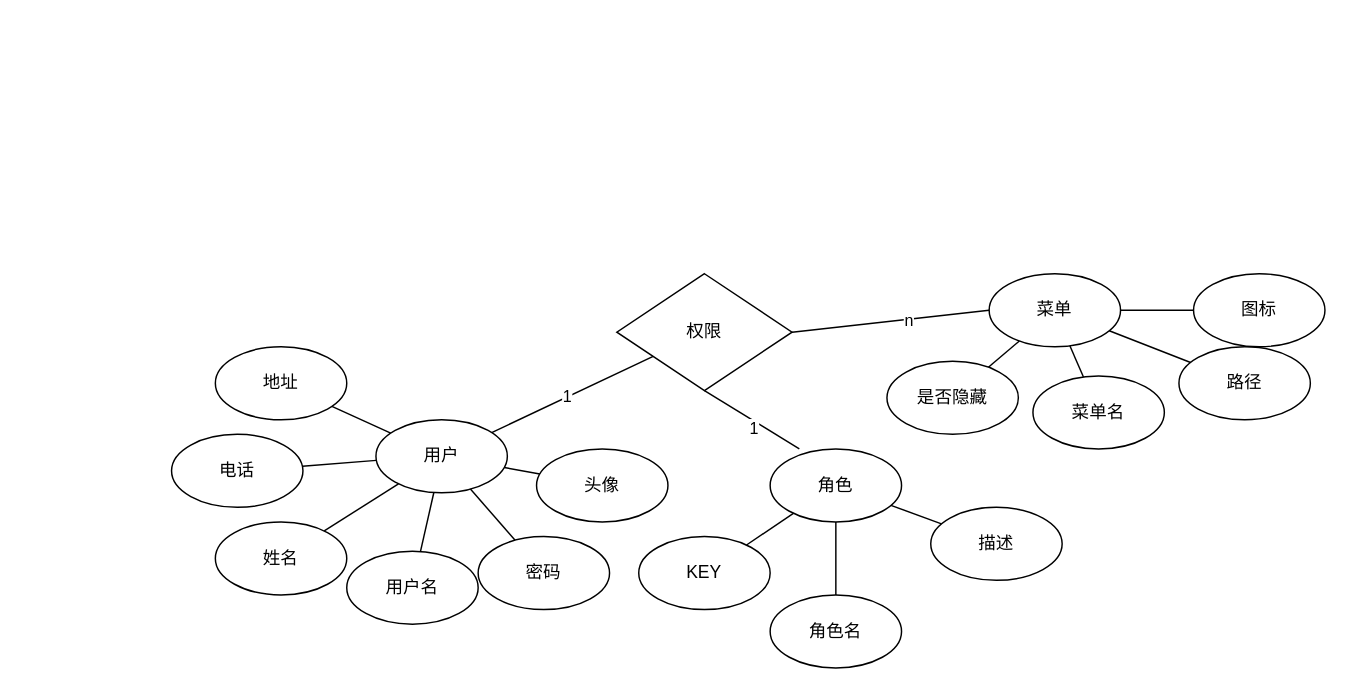
This is SPARK/music-ER.drawio from redcomet88/DRAW, a draw.io file, before an edit. Source tidied: cells renumbered, new cells numbered last; positions are measured from the earlier drawing's top-left corner, leaving out a move shared by most shapes. Both pictures are drawn from the tidied source at 146%, with x=0, y=0 at pixel (171, 273).
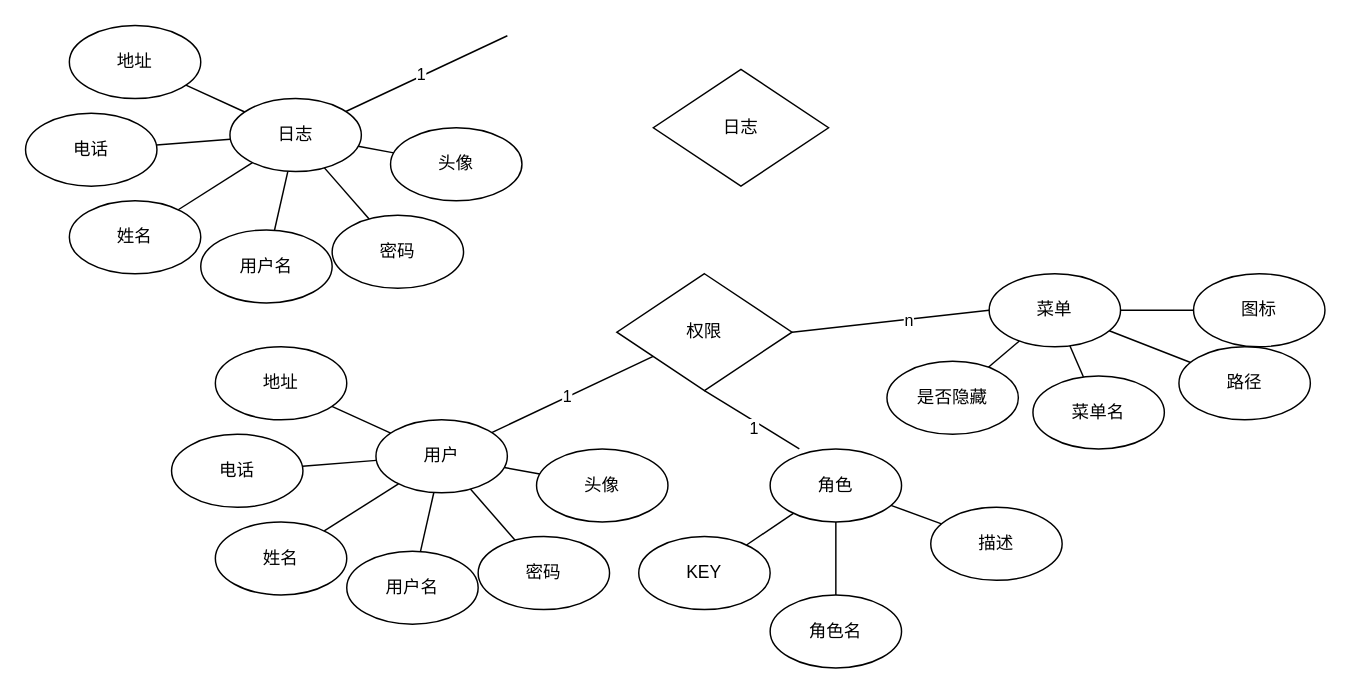
The same page after the edit.

What changed in the source:
```diff
@@
+    <mxCell id="38" style="rounded=0;jettySize=auto;html=1;endArrow=none;endFill=0;" parent="1" edge="1" source="41" target="42">
+      <mxGeometry relative="1" as="geometry" />
+    </mxCell>
+    <mxCell id="39" style="rounded=0;jettySize=auto;html=1;endArrow=none;endFill=0;" parent="1" edge="1" source="41">
+      <mxGeometry relative="1" as="geometry">
+        <mxPoint x="230" y="-163" as="targetPoint" />
+      </mxGeometry>
+    </mxCell>
+    <mxCell id="40" value="1" style="edgeLabel;html=1;align=center;verticalAlign=middle;" parent="39" vertex="1">
+      <mxGeometry x="-0.06" y="1" relative="1" as="geometry" />
+    </mxCell>
+    <mxCell id="41" value="日志" style="ellipse;whiteSpace=wrap;html=1;" parent="1" vertex="1">
+      <mxGeometry x="40" y="-120" width="90" height="50" as="geometry" />
+    </mxCell>
+    <mxCell id="42" value="姓名" style="ellipse;whiteSpace=wrap;html=1;" parent="1" vertex="1">
+      <mxGeometry x="-70" y="-50" width="90" height="50" as="geometry" />
+    </mxCell>
+    <mxCell id="43" style="rounded=0;jettySize=auto;html=1;endArrow=none;endFill=0;" parent="1" edge="1" source="41" target="44">
+      <mxGeometry relative="1" as="geometry" />
+    </mxCell>
+    <mxCell id="44" value="用户名" style="ellipse;whiteSpace=wrap;html=1;" parent="1" vertex="1">
+      <mxGeometry x="20" y="-30" width="90" height="50" as="geometry" />
+    </mxCell>
+    <mxCell id="45" style="rounded=0;jettySize=auto;html=1;endArrow=none;endFill=0;" parent="1" edge="1" source="41" target="46">
+      <mxGeometry relative="1" as="geometry" />
+    </mxCell>
+    <mxCell id="46" value="电话" style="ellipse;whiteSpace=wrap;html=1;" parent="1" vertex="1">
+      <mxGeometry x="-100" y="-110" width="90" height="50" as="geometry" />
+    </mxCell>
+    <mxCell id="47" style="rounded=0;jettySize=auto;html=1;endArrow=none;endFill=0;" parent="1" edge="1" source="41" target="48">
+      <mxGeometry relative="1" as="geometry" />
+    </mxCell>
+    <mxCell id="48" value="密码" style="ellipse;whiteSpace=wrap;html=1;" parent="1" vertex="1">
+      <mxGeometry x="110" y="-40" width="90" height="50" as="geometry" />
+    </mxCell>
+    <mxCell id="49" style="rounded=0;jettySize=auto;html=1;endArrow=none;endFill=0;" parent="1" edge="1" source="41" target="50">
+      <mxGeometry relative="1" as="geometry" />
+    </mxCell>
+    <mxCell id="50" value="头像" style="ellipse;whiteSpace=wrap;html=1;" parent="1" vertex="1">
+      <mxGeometry x="150" y="-100" width="90" height="50" as="geometry" />
+    </mxCell>
+    <mxCell id="51" style="rounded=0;jettySize=auto;html=1;endArrow=none;endFill=0;" parent="1" edge="1" source="41" target="52">
+      <mxGeometry relative="1" as="geometry" />
+    </mxCell>
+    <mxCell id="52" value="地址" style="ellipse;whiteSpace=wrap;html=1;" parent="1" vertex="1">
+      <mxGeometry x="-70" y="-170" width="90" height="50" as="geometry" />
+    </mxCell>
+    <mxCell id="53" value="日志" style="rhombus;whiteSpace=wrap;html=1;" parent="1" vertex="1">
+      <mxGeometry x="330" y="-140" width="120" height="80" as="geometry" />
+    </mxCell>
```
